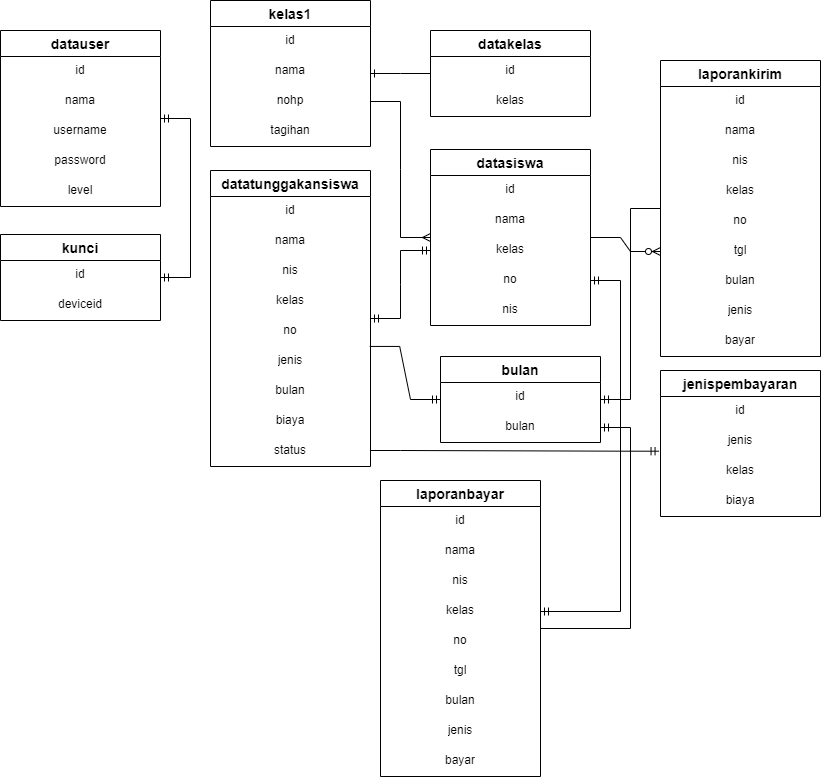
This is ERD.drawio.png from Dityaren/Diagram, a draw.io export, as it was before one commit. Source tidied: cells renumbered, new cells last; positions are measured from the earlier drawing's top-left corner, leaving out a move shared by most shapes.
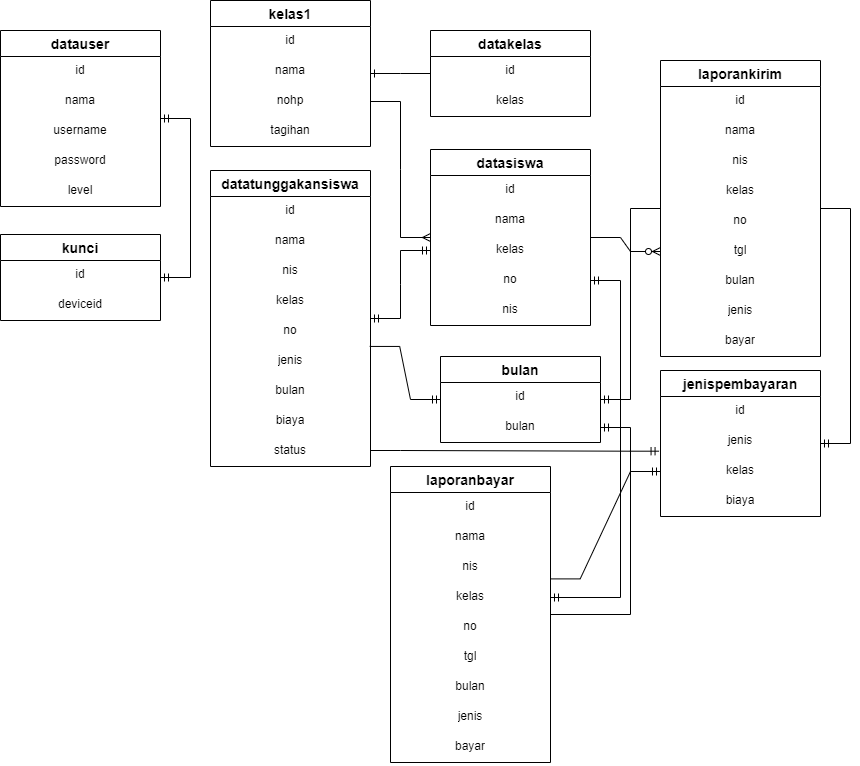
Above is the later version.

Diff of the diagram source:
```diff
@@ -156,7 +156,7 @@
       <mxGeometry y="116" width="160" height="30" as="geometry" />
     </mxCell>
     <mxCell id="53" value="laporanbayar" style="swimlane;fontStyle=1;horizontal=1;startSize=26;align=center;fontSize=14;" parent="1" vertex="1">
-      <mxGeometry x="380" y="480" width="160" height="296" as="geometry" />
+      <mxGeometry x="390" y="466" width="160" height="296" as="geometry" />
     </mxCell>
     <mxCell id="54" value="id" style="text;strokeColor=none;fillColor=none;spacingLeft=4;spacingRight=4;overflow=hidden;fontSize=12;align=center;" parent="53" vertex="1">
       <mxGeometry y="26" width="160" height="30" as="geometry" />
@@ -217,5 +217,11 @@
     <mxCell id="72" style="edgeStyle=entityRelationEdgeStyle;fontSize=12;html=1;endArrow=ERmandOne;startArrow=ERmandOne;rounded=0;" parent="1" edge="1" source="8" target="2">
       <mxGeometry relative="1" as="geometry" />
     </mxCell>
+    <mxCell id="73" style="edgeStyle=entityRelationEdgeStyle;fontSize=12;html=1;endArrow=ERmandOne;rounded=0;" parent="1" edge="1" source="23" target="48">
+      <mxGeometry relative="1" as="geometry" />
+    </mxCell>
+    <mxCell id="74" style="edgeStyle=entityRelationEdgeStyle;fontSize=12;html=1;endArrow=ERmandOne;rounded=0;exitX=0.998;exitY=0.88;exitDx=0;exitDy=0;exitPerimeter=0;entryX=0;entryY=0.5;entryDx=0;entryDy=0;" parent="1" edge="1" source="56" target="51">
+      <mxGeometry relative="1" as="geometry" />
+    </mxCell>
   </root>
 </mxGraphModel>
```
